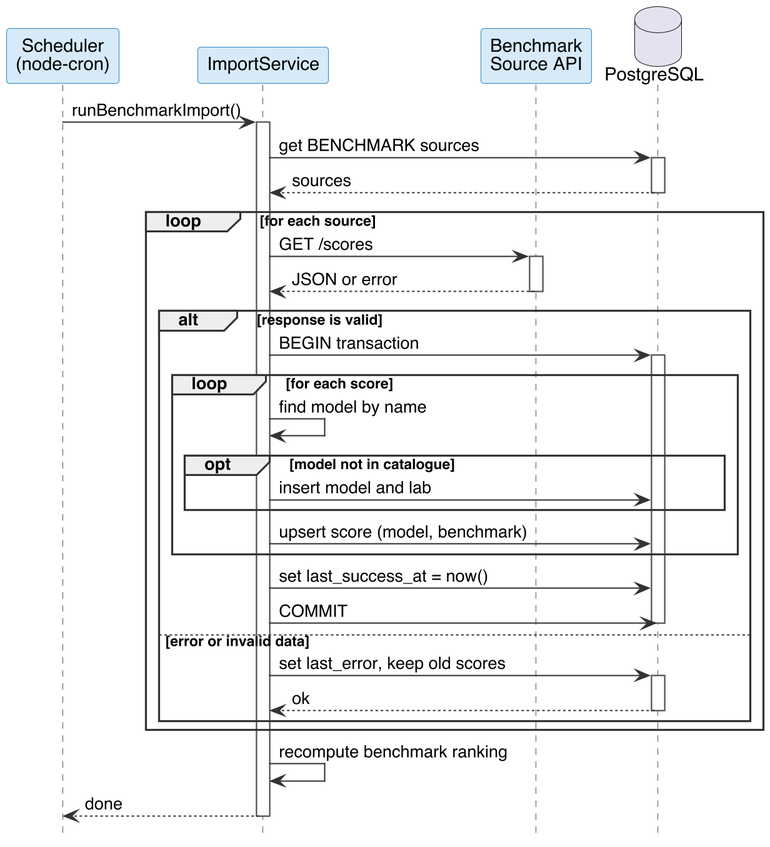
Above: docs/SDD/figures/import-sequence.png in valgempp/Software-Engineering-Project (PlantUML), before the change. Its source is kept beside it as docs/SDD/figures/import-sequence.puml.
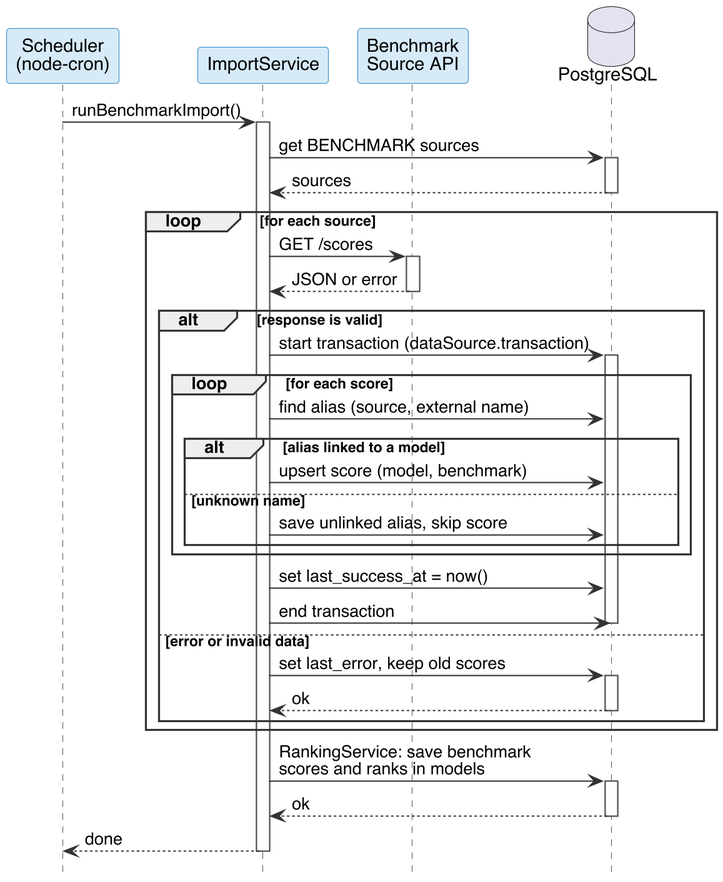
After the change.

Change to the diagram source:
```diff
@@ -12,22 +12,24 @@
   IS -> BS ++ : GET /scores
   return JSON or error
   alt response is valid
-    IS -> DB ++ : BEGIN transaction
+    IS -> DB ++ : start transaction (dataSource.transaction)
     loop for each score
-      IS -> IS : find model by name
-      opt model not in catalogue
-        IS -> DB : insert model and lab
+      IS -> DB : find alias (source, external name)
+      alt alias linked to a model
+        IS -> DB : upsert score (model, benchmark)
+      else unknown name
+        IS -> DB : save unlinked alias, skip score
       end
-      IS -> DB : upsert score (model, benchmark)
     end
     IS -> DB : set last_success_at = now()
-    IS -> DB : COMMIT
+    IS -> DB : end transaction
     deactivate DB
   else error or invalid data
     IS -> DB ++ : set last_error, keep old scores
     return ok
   end
 end
-IS -> IS : recompute benchmark ranking
+IS -> DB ++ : RankingService: save benchmark\nscores and ranks in models
+return ok
 return done
 @enduml
```
